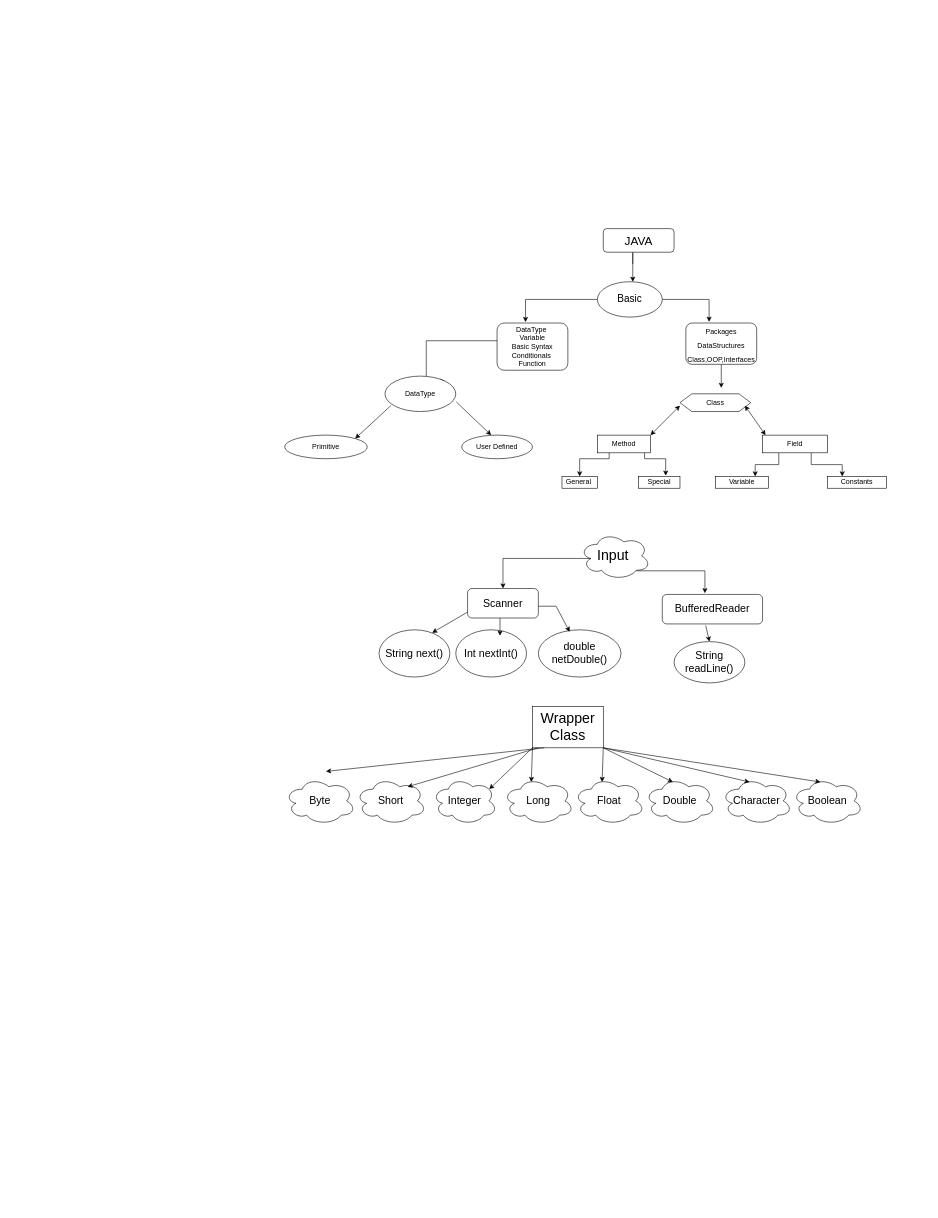
Before: Untitled Diagram.drawio in Lokeshseka/Java-RoadMap, a draw.io diagram. Source tidied: cells renumbered, new cells numbered last; positions are measured from the earlier drawing's top-left corner, leaving out a move shared by most shapes. Both pictures are drawn from the tidied source at 59%, with x=0, y=0 at pixel (284, 228).
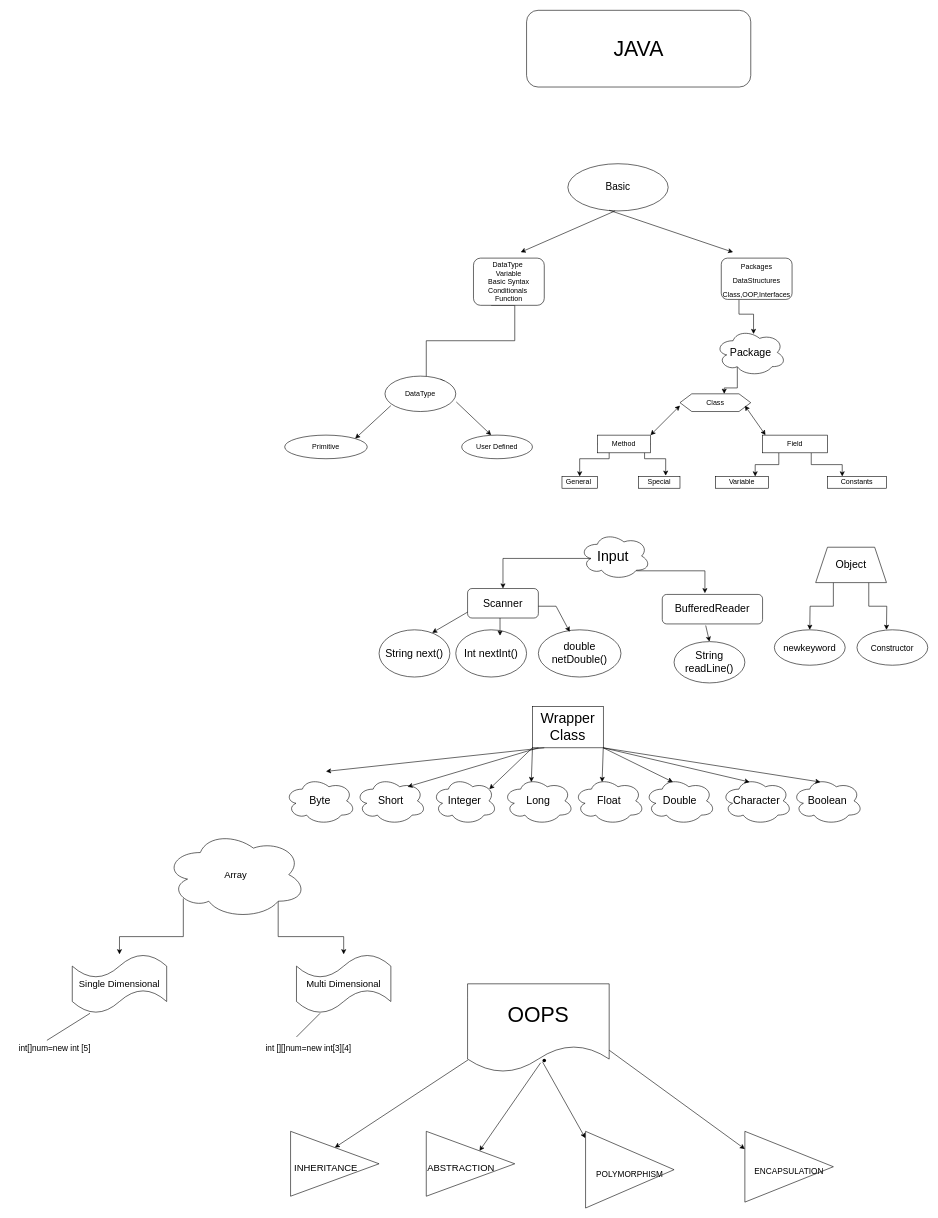
After the change.

Unchanged cells that the change refers to:
```xml
<mxCell id="11" value="Class" style="shape=hexagon;perimeter=hexagonPerimeter2;whiteSpace=wrap;html=1;fixedSize=1;fontSize=12;" parent="1" vertex="1">
  <mxGeometry x="670" y="280" width="120" height="30" as="geometry" />
</mxCell>
```

The edit, as a diff of the source:
```diff
@@
-    <mxCell id="2" style="edgeStyle=orthogonalEdgeStyle;rounded=0;jettySize=auto;html=1;fontSize=20;" parent="1" edge="1" target="6">
-      <mxGeometry relative="1" as="geometry">
-        <mxPoint x="590" y="60" as="sourcePoint" />
-        <Array as="points">
-          <mxPoint x="590" y="40" />
-          <mxPoint x="590" y="40" />
-        </Array>
-      </mxGeometry>
-    </mxCell>
-    <mxCell id="3" value="&lt;font style=&quot;font-size: 20px;&quot;&gt;JAVA&lt;/font&gt;" style="rounded=1;whiteSpace=wrap;html=1;" parent="1" vertex="1">
-      <mxGeometry x="540" width="120" height="40" as="geometry" />
+    <mxCell id="3" value="&lt;font style=&quot;font-size: 36px;&quot;&gt;JAVA&lt;/font&gt;" style="rounded=1;whiteSpace=wrap;html=1;" parent="1" vertex="1">
+      <mxGeometry x="410" y="-370" width="380" height="130" as="geometry" />
     </mxCell>
-    <mxCell id="4" style="edgeStyle=orthogonalEdgeStyle;rounded=0;jettySize=auto;html=1;entryX=0.328;entryY=-0.03;entryDx=0;entryDy=0;entryPerimeter=0;fontSize=12;" parent="1" edge="1" source="6" target="8">
-      <mxGeometry relative="1" as="geometry" />
-    </mxCell>
-    <mxCell id="5" style="edgeStyle=orthogonalEdgeStyle;rounded=0;jettySize=auto;html=1;exitX=0;exitY=0.5;exitDx=0;exitDy=0;entryX=0.402;entryY=-0.02;entryDx=0;entryDy=0;entryPerimeter=0;fontSize=12;" parent="1" edge="1" source="6" target="10">
-      <mxGeometry relative="1" as="geometry" />
-    </mxCell>
     <mxCell id="6" value="&lt;font style=&quot;font-size: 17px;&quot;&gt;Basic&lt;/font&gt;" style="ellipse;whiteSpace=wrap;html=1;" parent="1" vertex="1">
-      <mxGeometry x="530" y="90" width="110" height="60" as="geometry" />
+      <mxGeometry x="480" y="-110" width="170" height="80" as="geometry" />
     </mxCell>
-    <mxCell id="7" style="edgeStyle=orthogonalEdgeStyle;rounded=0;jettySize=auto;html=1;fontSize=12;" parent="1" edge="1" source="8">
-      <mxGeometry relative="1" as="geometry">
-        <mxPoint x="740" y="270" as="targetPoint" />
-      </mxGeometry>
-    </mxCell>
+    <mxCell id="59" style="edgeStyle=orthogonalEdgeStyle;rounded=0;jettySize=auto;html=1;exitX=0.25;exitY=1;exitDx=0;exitDy=0;entryX=0.539;entryY=0.108;entryDx=0;entryDy=0;entryPerimeter=0;fontSize=18;" parent="1" edge="1" source="8" target="61">
+      <mxGeometry relative="1" as="geometry" />
+    </mxCell>
     <mxCell id="8" value="&lt;font style=&quot;font-size: 12px;&quot;&gt;Packages&lt;br&gt;DataStructures&lt;br&gt;Class,OOP,Interfaces&lt;br&gt;&lt;/font&gt;" style="rounded=1;whiteSpace=wrap;html=1;fontSize=20;" parent="1" vertex="1">
-      <mxGeometry x="680" y="160" width="120" height="70" as="geometry" />
+      <mxGeometry x="740" y="50" width="120" height="70" as="geometry" />
     </mxCell>
@@
     <mxCell id="10" value="DataType&amp;nbsp;&lt;br&gt;Variable&lt;br&gt;Basic Syntax&lt;br&gt;Conditionals&amp;nbsp;&lt;br&gt;Function" style="rounded=1;whiteSpace=wrap;html=1;fontSize=12;" parent="1" vertex="1">
-      <mxGeometry x="360" y="160" width="120" height="80" as="geometry" />
+      <mxGeometry x="320" y="50" width="120" height="80" as="geometry" />
     </mxCell>
@@
+    <mxCell id="60" style="edgeStyle=orthogonalEdgeStyle;rounded=0;jettySize=auto;html=1;exitX=0.31;exitY=0.8;exitDx=0;exitDy=0;exitPerimeter=0;entryX=0.625;entryY=0;entryDx=0;entryDy=0;fontSize=18;" parent="1" edge="1" source="61" target="11">
+      <mxGeometry relative="1" as="geometry" />
+    </mxCell>
+    <mxCell id="61" value="&lt;font style=&quot;font-size: 18px;&quot;&gt;Package&lt;/font&gt;" style="ellipse;shape=cloud;whiteSpace=wrap;html=1;" parent="1" vertex="1">
+      <mxGeometry x="730" y="170" width="120" height="80" as="geometry" />
+    </mxCell>
+    <mxCell id="62" style="endArrow=classic;html=1;rounded=0;fontSize=18;exitX=0.411;exitY=0.985;exitDx=0;exitDy=0;exitPerimeter=0;" parent="1" edge="1" source="6">
+      <mxGeometry relative="1" as="geometry">
+        <mxPoint x="760" y="40" as="targetPoint" />
+      </mxGeometry>
+    </mxCell>
+    <mxCell id="63" style="endArrow=classic;html=1;rounded=0;fontSize=18;" parent="1" edge="1">
+      <mxGeometry relative="1" as="geometry">
+        <mxPoint x="560" y="-30" as="sourcePoint" />
+        <mxPoint x="400" y="40" as="targetPoint" />
+      </mxGeometry>
+    </mxCell>
+    <mxCell id="64" style="edgeStyle=orthogonalEdgeStyle;rounded=0;jettySize=auto;html=1;exitX=0.25;exitY=1;exitDx=0;exitDy=0;fontSize=18;" parent="1" edge="1" source="66">
+      <mxGeometry relative="1" as="geometry">
+        <mxPoint x="890" y="680" as="targetPoint" />
+      </mxGeometry>
+    </mxCell>
+    <mxCell id="65" style="edgeStyle=orthogonalEdgeStyle;rounded=0;jettySize=auto;html=1;exitX=0.75;exitY=1;exitDx=0;exitDy=0;fontSize=18;" parent="1" edge="1" source="66">
+      <mxGeometry relative="1" as="geometry">
+        <mxPoint x="1020" y="680" as="targetPoint" />
+      </mxGeometry>
+    </mxCell>
+    <mxCell id="66" value="Object" style="shape=trapezoid;perimeter=trapezoidPerimeter;whiteSpace=wrap;html=1;fixedSize=1;fontSize=18;" parent="1" vertex="1">
+      <mxGeometry x="900" y="540" width="120" height="60" as="geometry" />
+    </mxCell>
+    <mxCell id="67" value="&lt;font size=&quot;3&quot;&gt;newkeyword&lt;/font&gt;" style="ellipse;whiteSpace=wrap;html=1;fontSize=18;" parent="1" vertex="1">
+      <mxGeometry x="830" y="680" width="120" height="60" as="geometry" />
+    </mxCell>
+    <mxCell id="68" value="&lt;font style=&quot;font-size: 14px;&quot;&gt;Constructor&lt;/font&gt;" style="ellipse;whiteSpace=wrap;html=1;fontSize=18;" parent="1" vertex="1">
+      <mxGeometry x="970" y="680" width="120" height="60" as="geometry" />
+    </mxCell>
+    <mxCell id="69" style="edgeStyle=orthogonalEdgeStyle;rounded=0;jettySize=auto;html=1;exitX=0.13;exitY=0.77;exitDx=0;exitDy=0;exitPerimeter=0;fontSize=14;" parent="1" edge="1" source="71" target="72">
+      <mxGeometry relative="1" as="geometry" />
+    </mxCell>
+    <mxCell id="70" style="edgeStyle=orthogonalEdgeStyle;rounded=0;jettySize=auto;html=1;exitX=0.8;exitY=0.8;exitDx=0;exitDy=0;exitPerimeter=0;fontSize=14;" parent="1" edge="1" source="71" target="73">
+      <mxGeometry relative="1" as="geometry" />
+    </mxCell>
+    <mxCell id="71" value="&lt;font size=&quot;3&quot;&gt;Array&lt;/font&gt;" style="ellipse;shape=cloud;whiteSpace=wrap;html=1;fontSize=14;" parent="1" vertex="1">
+      <mxGeometry x="-203" y="1020" width="240" height="150" as="geometry" />
+    </mxCell>
+    <mxCell id="72" value="&lt;font size=&quot;3&quot;&gt;Single Dimensional&lt;/font&gt;" style="shape=tape;whiteSpace=wrap;html=1;fontSize=18;" parent="1" vertex="1">
+      <mxGeometry x="-360" y="1230" width="160" height="100" as="geometry" />
+    </mxCell>
+    <mxCell id="73" value="&lt;font size=&quot;3&quot;&gt;Multi Dimensional&lt;/font&gt;" style="shape=tape;whiteSpace=wrap;html=1;fontSize=18;" parent="1" vertex="1">
+      <mxGeometry x="20" y="1230" width="160" height="100" as="geometry" />
+    </mxCell>
+    <mxCell id="74" value="int[]num=new int [5]" style="text;html=1;align=center;verticalAlign=middle;points=[];strokeColor=none;fillColor=none;fontSize=14;" parent="1" vertex="1">
+      <mxGeometry x="-465" y="1375" width="150" height="30" as="geometry" />
+    </mxCell>
+    <mxCell id="75" value="int [][]num=new int[3][4]" style="text;html=1;align=center;verticalAlign=middle;strokeColor=none;fillColor=none;fontSize=14;" parent="1" vertex="1">
+      <mxGeometry x="-45" y="1375" width="170" height="30" as="geometry" />
+    </mxCell>
+    <mxCell id="76" style="endArrow=none;html=1;rounded=0;fontSize=14;exitX=0.413;exitY=0.028;exitDx=0;exitDy=0;exitPerimeter=0;entryX=0.188;entryY=1;entryDx=0;entryDy=0;entryPerimeter=0;" parent="1" edge="1" source="74" target="72">
+      <mxGeometry relative="1" as="geometry" />
+    </mxCell>
+    <mxCell id="77" style="endArrow=none;html=1;rounded=0;fontSize=14;entryX=0.25;entryY=1;entryDx=0;entryDy=0;entryPerimeter=0;" parent="1" edge="1" target="73">
+      <mxGeometry relative="1" as="geometry">
+        <mxPoint x="20" y="1370" as="sourcePoint" />
+      </mxGeometry>
+    </mxCell>
+    <mxCell id="78" value="OOPS" style="shape=document;whiteSpace=wrap;html=1;boundedLbl=1;fontSize=36;" parent="1" vertex="1">
+      <mxGeometry x="310" y="1280" width="240" height="150" as="geometry" />
+    </mxCell>
+    <mxCell id="79" value="&lt;font size=&quot;3&quot;&gt;&amp;nbsp;INHERITANCE&lt;/font&gt;" style="triangle;whiteSpace=wrap;html=1;fontSize=36;align=left;" parent="1" vertex="1">
+      <mxGeometry x="10" y="1530" width="150" height="110" as="geometry" />
+    </mxCell>
+    <mxCell id="80" value="&lt;font size=&quot;3&quot;&gt;ABSTRACTION&lt;/font&gt;" style="triangle;whiteSpace=wrap;html=1;fontSize=36;align=left;" parent="1" vertex="1">
+      <mxGeometry x="240" y="1530" width="150" height="110" as="geometry" />
+    </mxCell>
+    <mxCell id="81" value="&lt;font style=&quot;font-size: 14px;&quot;&gt;POLYMORPHISM&lt;/font&gt;" style="triangle;whiteSpace=wrap;html=1;fontSize=36;" parent="1" vertex="1">
+      <mxGeometry x="510" y="1530" width="150" height="130" as="geometry" />
+    </mxCell>
+    <mxCell id="82" value="&lt;font style=&quot;font-size: 14px;&quot;&gt;ENCAPSULATION&lt;/font&gt;" style="triangle;whiteSpace=wrap;html=1;fontSize=36;" parent="1" vertex="1">
+      <mxGeometry x="780" y="1530" width="150" height="120" as="geometry" />
+    </mxCell>
+    <mxCell id="83" style="endArrow=classic;html=1;rounded=0;fontSize=36;entryX=0.5;entryY=0;entryDx=0;entryDy=0;exitX=0.003;exitY=0.86;exitDx=0;exitDy=0;exitPerimeter=0;" parent="1" edge="1" source="78" target="79">
+      <mxGeometry relative="1" as="geometry" />
+    </mxCell>
+    <mxCell id="84" style="endArrow=classic;html=1;rounded=0;fontSize=36;entryX=0;entryY=0.25;entryDx=0;entryDy=0;exitX=1;exitY=0.75;exitDx=0;exitDy=0;" parent="1" edge="1" source="78" target="82">
+      <mxGeometry relative="1" as="geometry" />
+    </mxCell>
+    <mxCell id="85" style="endArrow=classic;html=1;rounded=0;fontSize=36;entryX=-0.003;entryY=0.088;entryDx=0;entryDy=0;entryPerimeter=0;exitX=0.529;exitY=0.881;exitDx=0;exitDy=0;exitPerimeter=0;" parent="1" edge="1" source="78" target="81">
+      <mxGeometry relative="1" as="geometry" />
+    </mxCell>
+    <mxCell id="86" style="endArrow=classic;html=1;rounded=0;fontSize=36;exitX=0.516;exitY=0.892;exitDx=0;exitDy=0;exitPerimeter=0;" parent="1" edge="1" source="78" target="80">
+      <mxGeometry relative="1" as="geometry" />
+    </mxCell>
+    <mxCell id="87" style="shape=waypoint;sketch=0;size=6;fillColor=none;perimeter=centerPerimeter;fontSize=36;" parent="1" vertex="1">
+      <mxGeometry x="420" y="1390" width="40" height="40" as="geometry" />
+    </mxCell>
```
